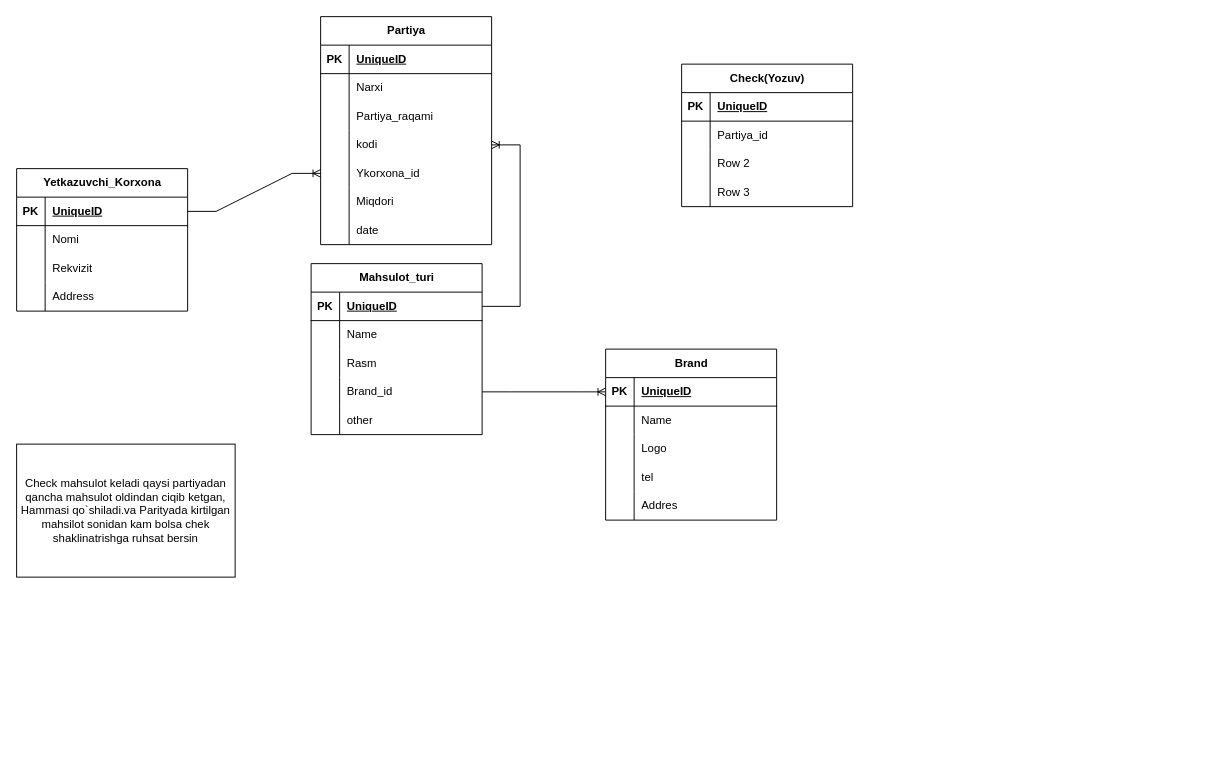
This is Диаграмма без названия.drawio from Ramziddin-ice/Icecreame, a draw.io file, before an edit. Source tidied: cells renumbered, new cells numbered last; positions are measured from the earlier drawing's top-left corner, leaving out a move shared by most shapes. Both pictures are drawn from the tidied source at 95%, with x=0, y=0 at pixel (16, 16).
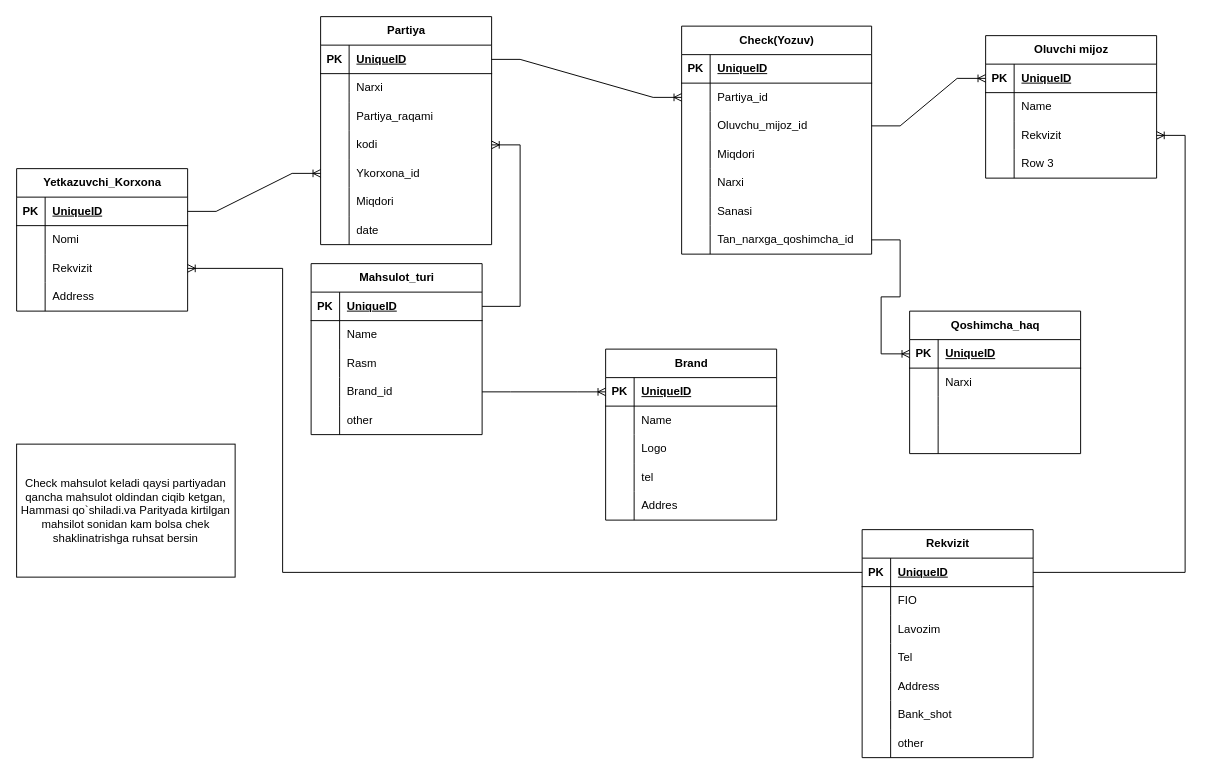
After the change.

The change refers to these unchanged cells:
```xml
<mxCell id="3" style="shape=tableRow;horizontal=0;startSize=0;swimlaneHead=0;swimlaneBody=0;fillColor=none;points=[[0,0.5],[1,0.5]];portConstraint=eastwest;top=0;left=0;right=0;bottom=1;" parent="2" vertex="1">
  <mxGeometry y="30" width="180" height="30" as="geometry" />
</mxCell>
<mxCell id="65" style="shape=tableRow;horizontal=0;startSize=0;swimlaneHead=0;swimlaneBody=0;fillColor=none;points=[[0,0.5],[1,0.5]];portConstraint=eastwest;top=0;left=0;right=0;bottom=0;" parent="58" vertex="1">
  <mxGeometry y="90" width="180" height="30" as="geometry" />
</mxCell>
```

Change to the diagram source:
```diff
@@
     <mxCell id="72" value="Check(Yozuv)" style="shape=table;startSize=30;childLayout=tableLayout;rowLines=0;fontStyle=1;align=center;html=1;" parent="1" vertex="1">
-      <mxGeometry x="700" y="50" width="180" height="150" as="geometry" />
+      <mxGeometry x="700" y="10" width="200" height="240" as="geometry" />
     </mxCell>
     <mxCell id="73" style="shape=tableRow;horizontal=0;startSize=0;swimlaneHead=0;swimlaneBody=0;fillColor=none;top=0;left=0;right=0;bottom=1;" parent="72" vertex="1">
-      <mxGeometry y="30" width="180" height="30" as="geometry" />
+      <mxGeometry y="30" width="200" height="30" as="geometry" />
     </mxCell>
@@
     <mxCell id="75" value="UniqueID" style="shape=partialRectangle;fillColor=none;top=0;left=0;bottom=0;right=0;align=left;spacingLeft=6;fontStyle=5;overflow=hidden;whiteSpace=wrap;html=1;" parent="73" vertex="1">
-      <mxGeometry x="30" width="150" height="30" as="geometry" />
+      <mxGeometry x="30" width="170" height="30" as="geometry" />
     </mxCell>
     <mxCell id="76" style="shape=tableRow;horizontal=0;startSize=0;swimlaneHead=0;swimlaneBody=0;fillColor=none;points=[[0,0.5],[1,0.5]];portConstraint=eastwest;top=0;left=0;right=0;bottom=0;" parent="72" vertex="1">
-      <mxGeometry y="60" width="180" height="30" as="geometry" />
+      <mxGeometry y="60" width="200" height="30" as="geometry" />
     </mxCell>
@@
     <mxCell id="78" value="Partiya_id" style="shape=partialRectangle;fillColor=none;top=0;left=0;bottom=0;right=0;align=left;spacingLeft=6;overflow=hidden;whiteSpace=wrap;html=1;" parent="76" vertex="1">
-      <mxGeometry x="30" width="150" height="30" as="geometry" />
+      <mxGeometry x="30" width="170" height="30" as="geometry" />
     </mxCell>
     <mxCell id="79" style="shape=tableRow;horizontal=0;startSize=0;swimlaneHead=0;swimlaneBody=0;fillColor=none;points=[[0,0.5],[1,0.5]];portConstraint=eastwest;top=0;left=0;right=0;bottom=0;" parent="72" vertex="1">
-      <mxGeometry y="90" width="180" height="30" as="geometry" />
+      <mxGeometry y="90" width="200" height="30" as="geometry" />
     </mxCell>
@@
-    <mxCell id="81" value="Row 2" style="shape=partialRectangle;fillColor=none;top=0;left=0;bottom=0;right=0;align=left;spacingLeft=6;overflow=hidden;whiteSpace=wrap;html=1;" parent="79" vertex="1">
-      <mxGeometry x="30" width="150" height="30" as="geometry" />
+    <mxCell id="81" value="Oluvchu_mijoz_id" style="shape=partialRectangle;fillColor=none;top=0;left=0;bottom=0;right=0;align=left;spacingLeft=6;overflow=hidden;whiteSpace=wrap;html=1;" parent="79" vertex="1">
+      <mxGeometry x="30" width="170" height="30" as="geometry" />
     </mxCell>
     <mxCell id="82" style="shape=tableRow;horizontal=0;startSize=0;swimlaneHead=0;swimlaneBody=0;fillColor=none;top=0;left=0;right=0;bottom=0;" parent="72" vertex="1">
-      <mxGeometry y="120" width="180" height="30" as="geometry" />
+      <mxGeometry y="120" width="200" height="30" as="geometry" />
     </mxCell>
@@
-    <mxCell id="84" value="Row 3" style="shape=partialRectangle;fillColor=none;top=0;left=0;bottom=0;right=0;align=left;spacingLeft=6;overflow=hidden;whiteSpace=wrap;html=1;" parent="82" vertex="1">
-      <mxGeometry x="30" width="150" height="30" as="geometry" />
+    <mxCell id="84" value="Miqdori" style="shape=partialRectangle;fillColor=none;top=0;left=0;bottom=0;right=0;align=left;spacingLeft=6;overflow=hidden;whiteSpace=wrap;html=1;" parent="82" vertex="1">
+      <mxGeometry x="30" width="170" height="30" as="geometry" />
     </mxCell>
+    <mxCell id="86" style="shape=tableRow;horizontal=0;startSize=0;swimlaneHead=0;swimlaneBody=0;fillColor=none;top=0;left=0;right=0;bottom=0;" parent="72" vertex="1">
+      <mxGeometry y="150" width="200" height="30" as="geometry" />
+    </mxCell>
+    <mxCell id="87" style="shape=partialRectangle;fillColor=none;top=0;left=0;bottom=0;right=0;overflow=hidden;whiteSpace=wrap;html=1;" parent="86" vertex="1">
+      <mxGeometry width="30" height="30" as="geometry" />
+    </mxCell>
+    <mxCell id="88" value="Narxi" style="shape=partialRectangle;fillColor=none;top=0;left=0;bottom=0;right=0;align=left;spacingLeft=6;overflow=hidden;whiteSpace=wrap;html=1;" parent="86" vertex="1">
+      <mxGeometry x="30" width="170" height="30" as="geometry" />
+    </mxCell>
+    <mxCell id="89" style="shape=tableRow;horizontal=0;startSize=0;swimlaneHead=0;swimlaneBody=0;fillColor=none;top=0;left=0;right=0;bottom=0;" parent="72" vertex="1">
+      <mxGeometry y="180" width="200" height="30" as="geometry" />
+    </mxCell>
+    <mxCell id="90" style="shape=partialRectangle;fillColor=none;top=0;left=0;bottom=0;right=0;overflow=hidden;whiteSpace=wrap;html=1;" parent="89" vertex="1">
+      <mxGeometry width="30" height="30" as="geometry" />
+    </mxCell>
+    <mxCell id="91" value="Sanasi" style="shape=partialRectangle;fillColor=none;top=0;left=0;bottom=0;right=0;align=left;spacingLeft=6;overflow=hidden;whiteSpace=wrap;html=1;" parent="89" vertex="1">
+      <mxGeometry x="30" width="170" height="30" as="geometry" />
+    </mxCell>
+    <mxCell id="92" style="shape=tableRow;horizontal=0;startSize=0;swimlaneHead=0;swimlaneBody=0;fillColor=none;points=[[0,0.5],[1,0.5]];portConstraint=eastwest;top=0;left=0;right=0;bottom=0;" parent="72" vertex="1">
+      <mxGeometry y="210" width="200" height="30" as="geometry" />
+    </mxCell>
+    <mxCell id="93" style="shape=partialRectangle;fillColor=none;top=0;left=0;bottom=0;right=0;overflow=hidden;whiteSpace=wrap;html=1;" parent="92" vertex="1">
+      <mxGeometry width="30" height="30" as="geometry" />
+    </mxCell>
+    <mxCell id="94" value="Tan_narxga_qoshimcha_id" style="shape=partialRectangle;fillColor=none;top=0;left=0;bottom=0;right=0;align=left;spacingLeft=6;overflow=hidden;whiteSpace=wrap;html=1;" parent="92" vertex="1">
+      <mxGeometry x="30" width="170" height="30" as="geometry" />
+    </mxCell>
@@
+    <mxCell id="95" value="Qoshimcha_haq" style="shape=table;startSize=30;childLayout=tableLayout;rowLines=0;fontStyle=1;align=center;html=1;" parent="1" vertex="1">
+      <mxGeometry x="940" y="310" width="180" height="150" as="geometry" />
+    </mxCell>
+    <mxCell id="96" style="shape=tableRow;horizontal=0;startSize=0;swimlaneHead=0;swimlaneBody=0;fillColor=none;points=[[0,0.5],[1,0.5]];portConstraint=eastwest;top=0;left=0;right=0;bottom=1;" parent="95" vertex="1">
+      <mxGeometry y="30" width="180" height="30" as="geometry" />
+    </mxCell>
+    <mxCell id="97" value="PK" style="shape=partialRectangle;fillColor=none;top=0;left=0;bottom=0;right=0;fontStyle=1;overflow=hidden;whiteSpace=wrap;html=1;" parent="96" vertex="1">
+      <mxGeometry width="30" height="30" as="geometry" />
+    </mxCell>
+    <mxCell id="98" value="UniqueID" style="shape=partialRectangle;fillColor=none;top=0;left=0;bottom=0;right=0;align=left;spacingLeft=6;fontStyle=5;overflow=hidden;whiteSpace=wrap;html=1;" parent="96" vertex="1">
+      <mxGeometry x="30" width="150" height="30" as="geometry" />
+    </mxCell>
+    <mxCell id="99" style="shape=tableRow;horizontal=0;startSize=0;swimlaneHead=0;swimlaneBody=0;fillColor=none;top=0;left=0;right=0;bottom=0;" parent="95" vertex="1">
+      <mxGeometry y="60" width="180" height="30" as="geometry" />
+    </mxCell>
+    <mxCell id="100" style="shape=partialRectangle;fillColor=none;top=0;left=0;bottom=0;right=0;overflow=hidden;whiteSpace=wrap;html=1;" parent="99" vertex="1">
+      <mxGeometry width="30" height="30" as="geometry" />
+    </mxCell>
+    <mxCell id="101" value="Narxi" style="shape=partialRectangle;fillColor=none;top=0;left=0;bottom=0;right=0;align=left;spacingLeft=6;overflow=hidden;whiteSpace=wrap;html=1;" parent="99" vertex="1">
+      <mxGeometry x="30" width="150" height="30" as="geometry" />
+    </mxCell>
+    <mxCell id="102" style="shape=tableRow;horizontal=0;startSize=0;swimlaneHead=0;swimlaneBody=0;fillColor=none;top=0;left=0;right=0;bottom=0;" parent="95" vertex="1">
+      <mxGeometry y="90" width="180" height="30" as="geometry" />
+    </mxCell>
+    <mxCell id="103" style="shape=partialRectangle;fillColor=none;top=0;left=0;bottom=0;right=0;overflow=hidden;whiteSpace=wrap;html=1;" parent="102" vertex="1">
+      <mxGeometry width="30" height="30" as="geometry" />
+    </mxCell>
+    <mxCell id="104" style="shape=partialRectangle;fillColor=none;top=0;left=0;bottom=0;right=0;align=left;spacingLeft=6;overflow=hidden;whiteSpace=wrap;html=1;" parent="102" vertex="1">
+      <mxGeometry x="30" width="150" height="30" as="geometry" />
+    </mxCell>
+    <mxCell id="105" style="shape=tableRow;horizontal=0;startSize=0;swimlaneHead=0;swimlaneBody=0;fillColor=none;top=0;left=0;right=0;bottom=0;" parent="95" vertex="1">
+      <mxGeometry y="120" width="180" height="30" as="geometry" />
+    </mxCell>
+    <mxCell id="106" style="shape=partialRectangle;fillColor=none;top=0;left=0;bottom=0;right=0;overflow=hidden;whiteSpace=wrap;html=1;" parent="105" vertex="1">
+      <mxGeometry width="30" height="30" as="geometry" />
+    </mxCell>
+    <mxCell id="107" style="shape=partialRectangle;fillColor=none;top=0;left=0;bottom=0;right=0;align=left;spacingLeft=6;overflow=hidden;whiteSpace=wrap;html=1;" parent="105" vertex="1">
+      <mxGeometry x="30" width="150" height="30" as="geometry" />
+    </mxCell>
+    <mxCell id="108" value="Oluvchi mijoz" style="shape=table;startSize=30;childLayout=tableLayout;rowLines=0;fontStyle=1;align=center;html=1;" parent="1" vertex="1">
+      <mxGeometry x="1020" y="20" width="180" height="150" as="geometry" />
+    </mxCell>
+    <mxCell id="109" style="shape=tableRow;horizontal=0;startSize=0;swimlaneHead=0;swimlaneBody=0;fillColor=none;points=[[0,0.5],[1,0.5]];portConstraint=eastwest;top=0;left=0;right=0;bottom=1;" parent="108" vertex="1">
+      <mxGeometry y="30" width="180" height="30" as="geometry" />
+    </mxCell>
+    <mxCell id="110" value="PK" style="shape=partialRectangle;fillColor=none;top=0;left=0;bottom=0;right=0;fontStyle=1;overflow=hidden;whiteSpace=wrap;html=1;" parent="109" vertex="1">
+      <mxGeometry width="30" height="30" as="geometry" />
+    </mxCell>
+    <mxCell id="111" value="UniqueID" style="shape=partialRectangle;fillColor=none;top=0;left=0;bottom=0;right=0;align=left;spacingLeft=6;fontStyle=5;overflow=hidden;whiteSpace=wrap;html=1;" parent="109" vertex="1">
+      <mxGeometry x="30" width="150" height="30" as="geometry" />
+    </mxCell>
+    <mxCell id="112" style="shape=tableRow;horizontal=0;startSize=0;swimlaneHead=0;swimlaneBody=0;fillColor=none;top=0;left=0;right=0;bottom=0;" parent="108" vertex="1">
+      <mxGeometry y="60" width="180" height="30" as="geometry" />
+    </mxCell>
+    <mxCell id="113" style="shape=partialRectangle;fillColor=none;top=0;left=0;bottom=0;right=0;overflow=hidden;whiteSpace=wrap;html=1;" parent="112" vertex="1">
+      <mxGeometry width="30" height="30" as="geometry" />
+    </mxCell>
+    <mxCell id="114" value="Name" style="shape=partialRectangle;fillColor=none;top=0;left=0;bottom=0;right=0;align=left;spacingLeft=6;overflow=hidden;whiteSpace=wrap;html=1;" parent="112" vertex="1">
+      <mxGeometry x="30" width="150" height="30" as="geometry" />
+    </mxCell>
+    <mxCell id="115" style="shape=tableRow;horizontal=0;startSize=0;swimlaneHead=0;swimlaneBody=0;fillColor=none;points=[[0,0.5],[1,0.5]];portConstraint=eastwest;top=0;left=0;right=0;bottom=0;" parent="108" vertex="1">
+      <mxGeometry y="90" width="180" height="30" as="geometry" />
+    </mxCell>
+    <mxCell id="116" style="shape=partialRectangle;fillColor=none;top=0;left=0;bottom=0;right=0;overflow=hidden;whiteSpace=wrap;html=1;" parent="115" vertex="1">
+      <mxGeometry width="30" height="30" as="geometry" />
+    </mxCell>
+    <mxCell id="117" value="Rekvizit" style="shape=partialRectangle;fillColor=none;top=0;left=0;bottom=0;right=0;align=left;spacingLeft=6;overflow=hidden;whiteSpace=wrap;html=1;" parent="115" vertex="1">
+      <mxGeometry x="30" width="150" height="30" as="geometry" />
+    </mxCell>
+    <mxCell id="118" style="shape=tableRow;horizontal=0;startSize=0;swimlaneHead=0;swimlaneBody=0;fillColor=none;top=0;left=0;right=0;bottom=0;" parent="108" vertex="1">
+      <mxGeometry y="120" width="180" height="30" as="geometry" />
+    </mxCell>
+    <mxCell id="119" style="shape=partialRectangle;fillColor=none;top=0;left=0;bottom=0;right=0;overflow=hidden;whiteSpace=wrap;html=1;" parent="118" vertex="1">
+      <mxGeometry width="30" height="30" as="geometry" />
+    </mxCell>
+    <mxCell id="120" value="Row 3" style="shape=partialRectangle;fillColor=none;top=0;left=0;bottom=0;right=0;align=left;spacingLeft=6;overflow=hidden;whiteSpace=wrap;html=1;" parent="118" vertex="1">
+      <mxGeometry x="30" width="150" height="30" as="geometry" />
+    </mxCell>
+    <mxCell id="121" value="Rekvizit" style="shape=table;startSize=30;childLayout=tableLayout;rowLines=0;fontStyle=1;align=center;html=1;" parent="1" vertex="1">
+      <mxGeometry x="890" y="540" width="180" height="240" as="geometry" />
+    </mxCell>
+    <mxCell id="122" style="shape=tableRow;horizontal=0;startSize=0;swimlaneHead=0;swimlaneBody=0;fillColor=none;points=[[0,0.5],[1,0.5]];portConstraint=eastwest;top=0;left=0;right=0;bottom=1;" parent="121" vertex="1">
+      <mxGeometry y="30" width="180" height="30" as="geometry" />
+    </mxCell>
+    <mxCell id="123" value="PK" style="shape=partialRectangle;fillColor=none;top=0;left=0;bottom=0;right=0;fontStyle=1;overflow=hidden;whiteSpace=wrap;html=1;" parent="122" vertex="1">
+      <mxGeometry width="30" height="30" as="geometry" />
+    </mxCell>
+    <mxCell id="124" value="UniqueID" style="shape=partialRectangle;fillColor=none;top=0;left=0;bottom=0;right=0;align=left;spacingLeft=6;fontStyle=5;overflow=hidden;whiteSpace=wrap;html=1;" parent="122" vertex="1">
+      <mxGeometry x="30" width="150" height="30" as="geometry" />
+    </mxCell>
+    <mxCell id="125" style="shape=tableRow;horizontal=0;startSize=0;swimlaneHead=0;swimlaneBody=0;fillColor=none;top=0;left=0;right=0;bottom=0;" parent="121" vertex="1">
+      <mxGeometry y="60" width="180" height="30" as="geometry" />
+    </mxCell>
+    <mxCell id="126" style="shape=partialRectangle;fillColor=none;top=0;left=0;bottom=0;right=0;overflow=hidden;whiteSpace=wrap;html=1;" parent="125" vertex="1">
+      <mxGeometry width="30" height="30" as="geometry" />
+    </mxCell>
+    <mxCell id="127" value="FIO" style="shape=partialRectangle;fillColor=none;top=0;left=0;bottom=0;right=0;align=left;spacingLeft=6;overflow=hidden;whiteSpace=wrap;html=1;" parent="125" vertex="1">
+      <mxGeometry x="30" width="150" height="30" as="geometry" />
+    </mxCell>
+    <mxCell id="128" style="shape=tableRow;horizontal=0;startSize=0;swimlaneHead=0;swimlaneBody=0;fillColor=none;top=0;left=0;right=0;bottom=0;" parent="121" vertex="1">
+      <mxGeometry y="90" width="180" height="30" as="geometry" />
+    </mxCell>
+    <mxCell id="129" style="shape=partialRectangle;fillColor=none;top=0;left=0;bottom=0;right=0;overflow=hidden;whiteSpace=wrap;html=1;" parent="128" vertex="1">
+      <mxGeometry width="30" height="30" as="geometry" />
+    </mxCell>
+    <mxCell id="130" value="Lavozim" style="shape=partialRectangle;fillColor=none;top=0;left=0;bottom=0;right=0;align=left;spacingLeft=6;overflow=hidden;whiteSpace=wrap;html=1;" parent="128" vertex="1">
+      <mxGeometry x="30" width="150" height="30" as="geometry" />
+    </mxCell>
+    <mxCell id="131" style="shape=tableRow;horizontal=0;startSize=0;swimlaneHead=0;swimlaneBody=0;fillColor=none;top=0;left=0;right=0;bottom=0;" parent="121" vertex="1">
+      <mxGeometry y="120" width="180" height="30" as="geometry" />
+    </mxCell>
+    <mxCell id="132" style="shape=partialRectangle;fillColor=none;top=0;left=0;bottom=0;right=0;overflow=hidden;whiteSpace=wrap;html=1;" parent="131" vertex="1">
+      <mxGeometry width="30" height="30" as="geometry" />
+    </mxCell>
+    <mxCell id="133" value="Tel" style="shape=partialRectangle;fillColor=none;top=0;left=0;bottom=0;right=0;align=left;spacingLeft=6;overflow=hidden;whiteSpace=wrap;html=1;" parent="131" vertex="1">
+      <mxGeometry x="30" width="150" height="30" as="geometry" />
+    </mxCell>
+    <mxCell id="134" style="shape=tableRow;horizontal=0;startSize=0;swimlaneHead=0;swimlaneBody=0;fillColor=none;top=0;left=0;right=0;bottom=0;" parent="121" vertex="1">
+      <mxGeometry y="150" width="180" height="30" as="geometry" />
+    </mxCell>
+    <mxCell id="135" style="shape=partialRectangle;fillColor=none;top=0;left=0;bottom=0;right=0;overflow=hidden;whiteSpace=wrap;html=1;" parent="134" vertex="1">
+      <mxGeometry width="30" height="30" as="geometry" />
+    </mxCell>
+    <mxCell id="136" value="Address" style="shape=partialRectangle;fillColor=none;top=0;left=0;bottom=0;right=0;align=left;spacingLeft=6;overflow=hidden;whiteSpace=wrap;html=1;" parent="134" vertex="1">
+      <mxGeometry x="30" width="150" height="30" as="geometry" />
+    </mxCell>
+    <mxCell id="137" style="shape=tableRow;horizontal=0;startSize=0;swimlaneHead=0;swimlaneBody=0;fillColor=none;top=0;left=0;right=0;bottom=0;" parent="121" vertex="1">
+      <mxGeometry y="180" width="180" height="30" as="geometry" />
+    </mxCell>
+    <mxCell id="138" style="shape=partialRectangle;fillColor=none;top=0;left=0;bottom=0;right=0;overflow=hidden;whiteSpace=wrap;html=1;" parent="137" vertex="1">
+      <mxGeometry width="30" height="30" as="geometry" />
+    </mxCell>
+    <mxCell id="139" value="Bank_shot" style="shape=partialRectangle;fillColor=none;top=0;left=0;bottom=0;right=0;align=left;spacingLeft=6;overflow=hidden;whiteSpace=wrap;html=1;" parent="137" vertex="1">
+      <mxGeometry x="30" width="150" height="30" as="geometry" />
+    </mxCell>
+    <mxCell id="140" style="shape=tableRow;horizontal=0;startSize=0;swimlaneHead=0;swimlaneBody=0;fillColor=none;top=0;left=0;right=0;bottom=0;" parent="121" vertex="1">
+      <mxGeometry y="210" width="180" height="30" as="geometry" />
+    </mxCell>
+    <mxCell id="141" style="shape=partialRectangle;fillColor=none;top=0;left=0;bottom=0;right=0;overflow=hidden;whiteSpace=wrap;html=1;" parent="140" vertex="1">
+      <mxGeometry width="30" height="30" as="geometry" />
+    </mxCell>
+    <mxCell id="142" value="other" style="shape=partialRectangle;fillColor=none;top=0;left=0;bottom=0;right=0;align=left;spacingLeft=6;overflow=hidden;whiteSpace=wrap;html=1;" parent="140" vertex="1">
+      <mxGeometry x="30" width="150" height="30" as="geometry" />
+    </mxCell>
+    <mxCell id="143" style="edgeStyle=entityRelationEdgeStyle;fontSize=12;html=1;endArrow=ERoneToMany;rounded=0;" parent="1" edge="1" source="3" target="76">
+      <mxGeometry relative="1" as="geometry" />
+    </mxCell>
+    <mxCell id="144" style="edgeStyle=entityRelationEdgeStyle;fontSize=12;html=1;endArrow=ERoneToMany;rounded=0;" parent="1" edge="1" source="79" target="109">
+      <mxGeometry relative="1" as="geometry" />
+    </mxCell>
+    <mxCell id="145" style="edgeStyle=entityRelationEdgeStyle;fontSize=12;html=1;endArrow=ERoneToMany;rounded=0;" parent="1" edge="1" source="92" target="96">
+      <mxGeometry relative="1" as="geometry" />
+    </mxCell>
+    <mxCell id="146" style="edgeStyle=entityRelationEdgeStyle;fontSize=12;html=1;endArrow=ERoneToMany;rounded=0;" parent="1" edge="1" source="122" target="115">
+      <mxGeometry relative="1" as="geometry" />
+    </mxCell>
+    <mxCell id="147" style="edgeStyle=orthogonalEdgeStyle;fontSize=12;html=1;endArrow=ERoneToMany;rounded=0;" parent="1" edge="1" source="122" target="65">
+      <mxGeometry relative="1" as="geometry">
+        <Array as="points">
+          <mxPoint x="280" y="585" />
+          <mxPoint x="280" y="265" />
+        </Array>
+      </mxGeometry>
+    </mxCell>
```
